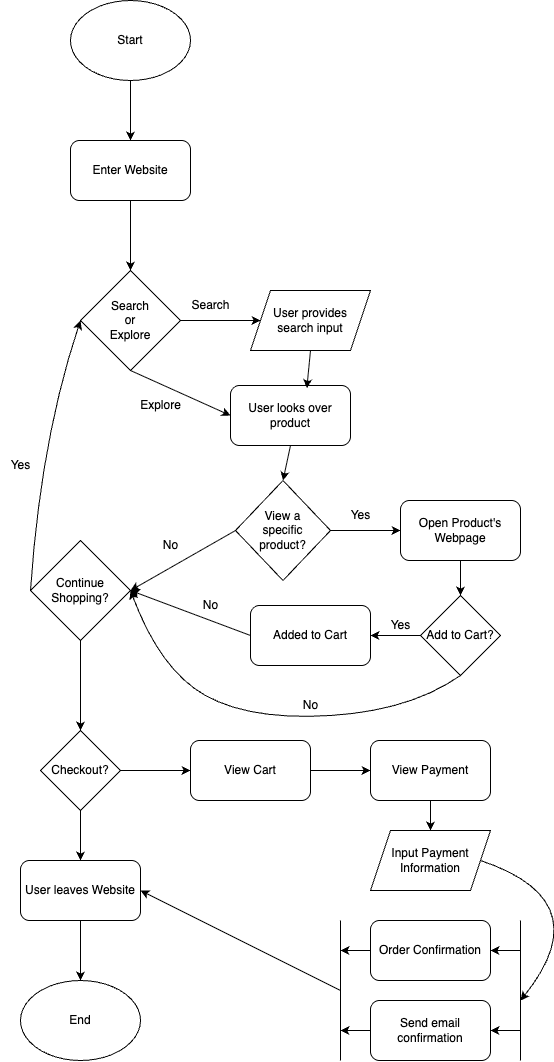
Earlier version of the draw.io export explore/diagramming/diagram.drawio.png (2090lyn/sp26-cse110-lab4). Source tidied: cells renumbered, new cells last; positions are measured from the earlier drawing's top-left corner, leaving out a move shared by most shapes.
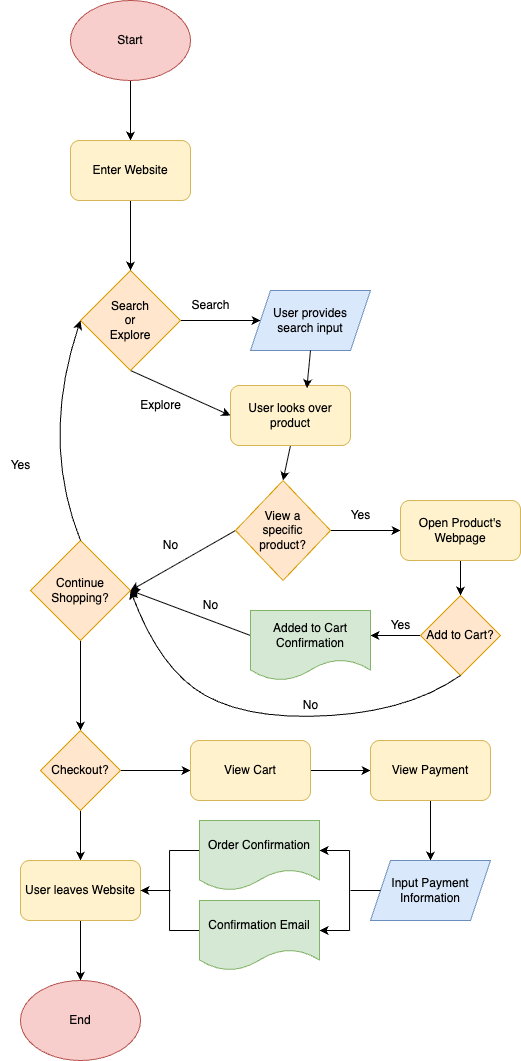
The same file after the commit.

Diff of the diagram source:
```diff
@@ -5,7 +5,7 @@
     <mxCell id="2" style="edgeStyle=none;html=1;exitX=0.5;exitY=1;exitDx=0;exitDy=0;" parent="1" edge="1" source="3" target="8">
       <mxGeometry relative="1" as="geometry" />
     </mxCell>
-    <mxCell id="3" value="Start" style="ellipse;whiteSpace=wrap;html=1;" parent="1" vertex="1">
+    <mxCell id="3" value="Start" style="ellipse;whiteSpace=wrap;html=1;fillColor=#f8cecc;strokeColor=#b85450;" parent="1" vertex="1">
       <mxGeometry x="70" width="120" height="80" as="geometry" />
     </mxCell>
     <mxCell id="4" style="edgeStyle=none;html=1;exitX=1;exitY=0.5;exitDx=0;exitDy=0;" parent="1" edge="1" source="6">
@@ -16,16 +16,16 @@
     <mxCell id="5" style="edgeStyle=none;html=1;exitX=0.5;exitY=1;exitDx=0;exitDy=0;entryX=0;entryY=0.5;entryDx=0;entryDy=0;" parent="1" edge="1" source="6" target="12">
       <mxGeometry relative="1" as="geometry" />
     </mxCell>
-    <mxCell id="6" value="Search&lt;div&gt;or&lt;/div&gt;&lt;div&gt;Explore&lt;/div&gt;" style="rhombus;whiteSpace=wrap;html=1;" parent="1" vertex="1">
+    <mxCell id="6" value="Search&lt;div&gt;or&lt;/div&gt;&lt;div&gt;Explore&lt;/div&gt;" style="rhombus;whiteSpace=wrap;html=1;fillColor=#ffe6cc;strokeColor=#d79b00;" parent="1" vertex="1">
       <mxGeometry x="80" y="270" width="100" height="100" as="geometry" />
     </mxCell>
     <mxCell id="7" style="edgeStyle=none;html=1;exitX=0.5;exitY=1;exitDx=0;exitDy=0;entryX=0.5;entryY=0;entryDx=0;entryDy=0;" parent="1" edge="1" source="8" target="6">
       <mxGeometry relative="1" as="geometry" />
     </mxCell>
-    <mxCell id="8" value="Enter Website" style="rounded=1;whiteSpace=wrap;html=1;" parent="1" vertex="1">
+    <mxCell id="8" value="Enter Website" style="rounded=1;whiteSpace=wrap;html=1;fillColor=#fff2cc;strokeColor=#d6b656;" parent="1" vertex="1">
       <mxGeometry x="70" y="140" width="120" height="60" as="geometry" />
     </mxCell>
-    <mxCell id="9" value="User provides&lt;div&gt;search input&lt;/div&gt;" style="shape=parallelogram;perimeter=parallelogramPerimeter;whiteSpace=wrap;html=1;fixedSize=1;" parent="1" vertex="1">
+    <mxCell id="9" value="User provides&lt;div&gt;search input&lt;/div&gt;" style="shape=parallelogram;perimeter=parallelogramPerimeter;whiteSpace=wrap;html=1;fixedSize=1;fillColor=#dae8fc;strokeColor=#6c8ebf;" parent="1" vertex="1">
       <mxGeometry x="250" y="290" width="120" height="60" as="geometry" />
     </mxCell>
     <mxCell id="10" value="Search" style="text;html=1;align=center;verticalAlign=middle;strokeColor=none;fillColor=none;" parent="1" vertex="1">
@@ -34,7 +34,7 @@
     <mxCell id="11" style="edgeStyle=none;html=1;exitX=0.5;exitY=1;exitDx=0;exitDy=0;entryX=0.5;entryY=0;entryDx=0;entryDy=0;" parent="1" edge="1" source="12" target="16">
       <mxGeometry relative="1" as="geometry" />
     </mxCell>
-    <mxCell id="12" value="User looks over product" style="rounded=1;whiteSpace=wrap;html=1;" parent="1" vertex="1">
+    <mxCell id="12" value="User looks over product" style="rounded=1;whiteSpace=wrap;html=1;fillColor=#fff2cc;strokeColor=#d6b656;" parent="1" vertex="1">
       <mxGeometry x="230" y="385" width="120" height="60" as="geometry" />
     </mxCell>
     <mxCell id="13" value="Explore" style="text;html=1;align=center;verticalAlign=middle;strokeColor=none;fillColor=none;" parent="1" vertex="1">
@@ -48,30 +48,31 @@
         <mxPoint x="130" y="590" as="targetPoint" />
       </mxGeometry>
     </mxCell>
-    <mxCell id="16" value="View a&lt;div&gt;&amp;nbsp;specific&amp;nbsp;&lt;/div&gt;&lt;div&gt;product?&lt;/div&gt;" style="rhombus;whiteSpace=wrap;html=1;" parent="1" vertex="1">
+    <mxCell id="16" value="View a&lt;div&gt;&amp;nbsp;specific&amp;nbsp;&lt;/div&gt;&lt;div&gt;product?&lt;/div&gt;" style="rhombus;whiteSpace=wrap;html=1;fillColor=#ffe6cc;strokeColor=#d79b00;" parent="1" vertex="1">
       <mxGeometry x="235" y="480" width="95" height="100" as="geometry" />
     </mxCell>
     <mxCell id="17" style="edgeStyle=none;html=1;exitX=0.5;exitY=1;exitDx=0;exitDy=0;" parent="1" edge="1" source="18" target="21">
       <mxGeometry relative="1" as="geometry" />
     </mxCell>
-    <mxCell id="18" value="Open Product's Webpage" style="rounded=1;whiteSpace=wrap;html=1;" parent="1" vertex="1">
+    <mxCell id="18" value="Open Product's Webpage" style="rounded=1;whiteSpace=wrap;html=1;fillColor=#fff2cc;strokeColor=#d6b656;" parent="1" vertex="1">
       <mxGeometry x="400" y="500" width="120" height="60" as="geometry" />
     </mxCell>
     <mxCell id="19" value="Yes" style="text;html=1;align=center;verticalAlign=middle;strokeColor=none;fillColor=none;" parent="1" vertex="1">
       <mxGeometry x="340" y="500" width="40" height="30" as="geometry" />
     </mxCell>
-    <mxCell id="20" style="edgeStyle=none;html=1;exitX=0;exitY=0.5;exitDx=0;exitDy=0;" parent="1" edge="1" source="21" target="23">
-      <mxGeometry relative="1" as="geometry" />
+    <mxCell id="20" style="edgeStyle=none;html=1;exitX=0;exitY=0.5;exitDx=0;exitDy=0;" parent="1" edge="1" source="21">
+      <mxGeometry relative="1" as="geometry">
+        <mxPoint x="370" y="635" as="targetPoint" />
+      </mxGeometry>
     </mxCell>
-    <mxCell id="21" value="Add to Cart?" style="rhombus;whiteSpace=wrap;html=1;" parent="1" vertex="1">
+    <mxCell id="21" value="Add to Cart?" style="rhombus;whiteSpace=wrap;html=1;fillColor=#ffe6cc;strokeColor=#d79b00;" parent="1" vertex="1">
       <mxGeometry x="420" y="595" width="80" height="80" as="geometry" />
     </mxCell>
-    <mxCell id="22" style="edgeStyle=none;html=1;exitX=0;exitY=0.5;exitDx=0;exitDy=0;entryX=1;entryY=0.5;entryDx=0;entryDy=0;" parent="1" edge="1" source="23" target="27">
-      <mxGeometry relative="1" as="geometry" />
+    <mxCell id="22" style="edgeStyle=none;html=1;exitX=0;exitY=0.5;exitDx=0;exitDy=0;entryX=1;entryY=0.5;entryDx=0;entryDy=0;" parent="1" edge="1" target="27">
+      <mxGeometry relative="1" as="geometry">
+        <mxPoint x="250" y="635" as="sourcePoint" />
+      </mxGeometry>
     </mxCell>
-    <mxCell id="23" value="Added to Cart" style="rounded=1;whiteSpace=wrap;html=1;" parent="1" vertex="1">
-      <mxGeometry x="250" y="605" width="120" height="60" as="geometry" />
-    </mxCell>
     <mxCell id="24" value="Yes" style="text;html=1;align=center;verticalAlign=middle;strokeColor=none;fillColor=none;" parent="1" vertex="1">
       <mxGeometry x="380" y="610" width="40" height="30" as="geometry" />
     </mxCell>
@@ -81,7 +82,7 @@
     <mxCell id="26" style="edgeStyle=none;html=1;exitX=0.5;exitY=1;exitDx=0;exitDy=0;" parent="1" edge="1" source="27" target="36">
       <mxGeometry relative="1" as="geometry" />
     </mxCell>
-    <mxCell id="27" value="Continue Shopping?" style="rhombus;whiteSpace=wrap;html=1;" parent="1" vertex="1">
+    <mxCell id="27" value="Continue Shopping?" style="rhombus;whiteSpace=wrap;html=1;fillColor=#ffe6cc;strokeColor=#d79b00;" parent="1" vertex="1">
       <mxGeometry x="30" y="540" width="100" height="100" as="geometry" />
     </mxCell>
     <mxCell id="28" style="curved=1;endArrow=classic;html=1;exitX=0.5;exitY=1;exitDx=0;exitDy=0;entryX=1;entryY=0.5;entryDx=0;entryDy=0;" parent="1" edge="1" source="21" target="27">
@@ -102,7 +103,7 @@
     <mxCell id="31" value="No" style="text;html=1;align=center;verticalAlign=middle;strokeColor=none;fillColor=none;" parent="1" vertex="1">
       <mxGeometry x="290" y="690" width="40" height="30" as="geometry" />
     </mxCell>
-    <mxCell id="32" style="curved=1;endArrow=classic;html=1;entryX=0;entryY=0.5;entryDx=0;entryDy=0;exitX=0;exitY=0.5;exitDx=0;exitDy=0;" parent="1" edge="1" source="27" target="6">
+    <mxCell id="32" style="curved=1;endArrow=classic;html=1;entryX=0;entryY=0.5;entryDx=0;entryDy=0;exitX=0.5;exitY=0;exitDx=0;exitDy=0;" parent="1" edge="1" source="27" target="6">
       <mxGeometry relative="1" as="geometry">
         <Array as="points">
           <mxPoint x="40" y="440" />
@@ -118,86 +119,87 @@
     <mxCell id="35" style="edgeStyle=none;html=1;exitX=1;exitY=0.5;exitDx=0;exitDy=0;entryX=0;entryY=0.5;entryDx=0;entryDy=0;" parent="1" edge="1" source="36" target="41">
       <mxGeometry relative="1" as="geometry" />
     </mxCell>
-    <mxCell id="36" value="Checkout?" style="rhombus;whiteSpace=wrap;html=1;" parent="1" vertex="1">
+    <mxCell id="36" value="Checkout?" style="rhombus;whiteSpace=wrap;html=1;fillColor=#ffe6cc;strokeColor=#d79b00;" parent="1" vertex="1">
       <mxGeometry x="40" y="730" width="80" height="80" as="geometry" />
     </mxCell>
     <mxCell id="37" style="edgeStyle=none;html=1;exitX=0.5;exitY=1;exitDx=0;exitDy=0;entryX=0.5;entryY=0;entryDx=0;entryDy=0;" parent="1" edge="1" source="38" target="39">
       <mxGeometry relative="1" as="geometry" />
     </mxCell>
-    <mxCell id="38" value="User leaves Website" style="rounded=1;whiteSpace=wrap;html=1;" parent="1" vertex="1">
+    <mxCell id="38" value="User leaves Website" style="rounded=1;whiteSpace=wrap;html=1;fillColor=#fff2cc;strokeColor=#d6b656;" parent="1" vertex="1">
       <mxGeometry x="20" y="860" width="120" height="60" as="geometry" />
     </mxCell>
-    <mxCell id="39" value="End" style="ellipse;whiteSpace=wrap;html=1;" parent="1" vertex="1">
+    <mxCell id="39" value="End" style="ellipse;whiteSpace=wrap;html=1;fillColor=#f8cecc;strokeColor=#b85450;" parent="1" vertex="1">
       <mxGeometry x="20" y="980" width="120" height="80" as="geometry" />
     </mxCell>
     <mxCell id="40" style="edgeStyle=none;html=1;exitX=1;exitY=0.5;exitDx=0;exitDy=0;" parent="1" edge="1" source="41" target="43">
       <mxGeometry relative="1" as="geometry" />
     </mxCell>
-    <mxCell id="41" value="View Cart" style="rounded=1;whiteSpace=wrap;html=1;" parent="1" vertex="1">
+    <mxCell id="41" value="View Cart" style="rounded=1;whiteSpace=wrap;html=1;fillColor=#fff2cc;strokeColor=#d6b656;" parent="1" vertex="1">
       <mxGeometry x="190" y="740" width="120" height="60" as="geometry" />
     </mxCell>
     <mxCell id="42" style="edgeStyle=none;html=1;" parent="1" edge="1" source="43" target="44">
       <mxGeometry relative="1" as="geometry" />
     </mxCell>
-    <mxCell id="43" value="View Payment" style="rounded=1;whiteSpace=wrap;html=1;" parent="1" vertex="1">
+    <mxCell id="43" value="View Payment" style="rounded=1;whiteSpace=wrap;html=1;fillColor=#fff2cc;strokeColor=#d6b656;" parent="1" vertex="1">
       <mxGeometry x="370" y="740" width="120" height="60" as="geometry" />
     </mxCell>
-    <mxCell id="44" value="Input Payment Information" style="shape=parallelogram;perimeter=parallelogramPerimeter;whiteSpace=wrap;html=1;fixedSize=1;" parent="1" vertex="1">
-      <mxGeometry x="370" y="830" width="120" height="60" as="geometry" />
+    <mxCell id="44" value="Input Payment Information" style="shape=parallelogram;perimeter=parallelogramPerimeter;whiteSpace=wrap;html=1;fixedSize=1;fillColor=#dae8fc;strokeColor=#6c8ebf;" parent="1" vertex="1">
+      <mxGeometry x="370" y="860" width="120" height="60" as="geometry" />
     </mxCell>
-    <mxCell id="45" value="Order Confirmation" style="rounded=1;whiteSpace=wrap;html=1;" parent="1" vertex="1">
-      <mxGeometry x="370" y="920" width="120" height="60" as="geometry" />
-    </mxCell>
-    <mxCell id="46" value="Send email confirmation" style="rounded=1;whiteSpace=wrap;html=1;" parent="1" vertex="1">
-      <mxGeometry x="370" y="1000" width="120" height="60" as="geometry" />
-    </mxCell>
     <mxCell id="47" style="endArrow=none;html=1;" parent="1" edge="1">
       <mxGeometry relative="1" as="geometry">
-        <mxPoint x="340" y="1060" as="sourcePoint" />
-        <mxPoint x="340" y="920" as="targetPoint" />
+        <mxPoint x="169.1" y="930" as="sourcePoint" />
+        <mxPoint x="169.1" y="850" as="targetPoint" />
       </mxGeometry>
     </mxCell>
     <mxCell id="48" style="endArrow=none;html=1;" parent="1" edge="1">
       <mxGeometry relative="1" as="geometry">
-        <mxPoint x="520" y="1060" as="sourcePoint" />
-        <mxPoint x="520" y="920" as="targetPoint" />
+        <mxPoint x="349" y="930" as="sourcePoint" />
+        <mxPoint x="349" y="850" as="targetPoint" />
       </mxGeometry>
     </mxCell>
-    <mxCell id="49" style="curved=1;endArrow=classic;html=1;exitX=1;exitY=0.5;exitDx=0;exitDy=0;" parent="1" edge="1" source="44">
-      <mxGeometry relative="1" as="geometry">
-        <mxPoint x="520" y="1000" as="targetPoint" />
-        <Array as="points">
-          <mxPoint x="600" y="900" />
-        </Array>
-      </mxGeometry>
-    </mxCell>
-    <mxCell id="50" style="endArrow=classic;html=1;entryX=1;entryY=0.5;entryDx=0;entryDy=0;" parent="1" edge="1" target="45">
+    <mxCell id="50" style="endArrow=classic;html=1;entryX=1;entryY=0.5;entryDx=0;entryDy=0;" parent="1" edge="1">
       <mxGeometry relative="1" as="geometry">
-        <mxPoint x="520" y="950" as="sourcePoint" />
+        <mxPoint x="349" y="850" as="sourcePoint" />
+        <mxPoint x="319.1" y="850" as="targetPoint" />
       </mxGeometry>
     </mxCell>
     <mxCell id="51" style="endArrow=classic;html=1;" parent="1" edge="1">
       <mxGeometry relative="1" as="geometry">
-        <mxPoint x="520" y="1030" as="sourcePoint" />
-        <mxPoint x="490" y="1030" as="targetPoint" />
+        <mxPoint x="349" y="930" as="sourcePoint" />
+        <mxPoint x="319.1" y="930" as="targetPoint" />
       </mxGeometry>
     </mxCell>
-    <mxCell id="52" style="endArrow=classic;html=1;entryX=1;entryY=0.5;entryDx=0;entryDy=0;" parent="1" edge="1">
+    <mxCell id="52" style="endArrow=none;html=1;endFill=0;" parent="1" edge="1">
       <mxGeometry relative="1" as="geometry">
-        <mxPoint x="370" y="950" as="sourcePoint" />
-        <mxPoint x="340" y="950" as="targetPoint" />
+        <mxPoint x="199.1" y="850" as="sourcePoint" />
+        <mxPoint x="169.1" y="850" as="targetPoint" />
       </mxGeometry>
     </mxCell>
-    <mxCell id="53" style="endArrow=classic;html=1;" parent="1" edge="1">
+    <mxCell id="53" style="endArrow=none;html=1;endFill=0;" parent="1" edge="1">
       <mxGeometry relative="1" as="geometry">
-        <mxPoint x="370" y="1030" as="sourcePoint" />
-        <mxPoint x="340" y="1030" as="targetPoint" />
+        <mxPoint x="199.1" y="930" as="sourcePoint" />
+        <mxPoint x="169.1" y="930" as="targetPoint" />
       </mxGeometry>
     </mxCell>
     <mxCell id="54" style="endArrow=classic;html=1;entryX=1;entryY=0.5;entryDx=0;entryDy=0;" parent="1" edge="1" target="38">
       <mxGeometry relative="1" as="geometry">
-        <mxPoint x="340" y="990" as="sourcePoint" />
+        <mxPoint x="170" y="890" as="sourcePoint" />
       </mxGeometry>
     </mxCell>
+    <mxCell id="45" value="&lt;span style=&quot;color: rgb(0, 0, 0);&quot;&gt;Order Confirmation&lt;/span&gt;" style="shape=document;whiteSpace=wrap;html=1;boundedLbl=1;fillColor=#d5e8d4;strokeColor=#82b366;" parent="1" vertex="1">
+      <mxGeometry x="199.1" y="820" width="120" height="70" as="geometry" />
+    </mxCell>
+    <mxCell id="55" value="Confirmation Email" style="shape=document;whiteSpace=wrap;html=1;boundedLbl=1;fillColor=#d5e8d4;strokeColor=#82b366;" parent="1" vertex="1">
+      <mxGeometry x="199.1" y="900" width="120" height="70" as="geometry" />
+    </mxCell>
+    <mxCell id="56" value="Added to Cart Confirmation" style="shape=document;whiteSpace=wrap;html=1;boundedLbl=1;fillColor=#d5e8d4;strokeColor=#82b366;" parent="1" vertex="1">
+      <mxGeometry x="250" y="610" width="120" height="70" as="geometry" />
+    </mxCell>
+    <mxCell id="57" style="endArrow=none;html=1;entryX=0;entryY=0.5;entryDx=0;entryDy=0;" parent="1" edge="1" target="44">
+      <mxGeometry relative="1" as="geometry">
+        <mxPoint x="350" y="890" as="sourcePoint" />
+      </mxGeometry>
+    </mxCell>
   </root>
 </mxGraphModel>
```
